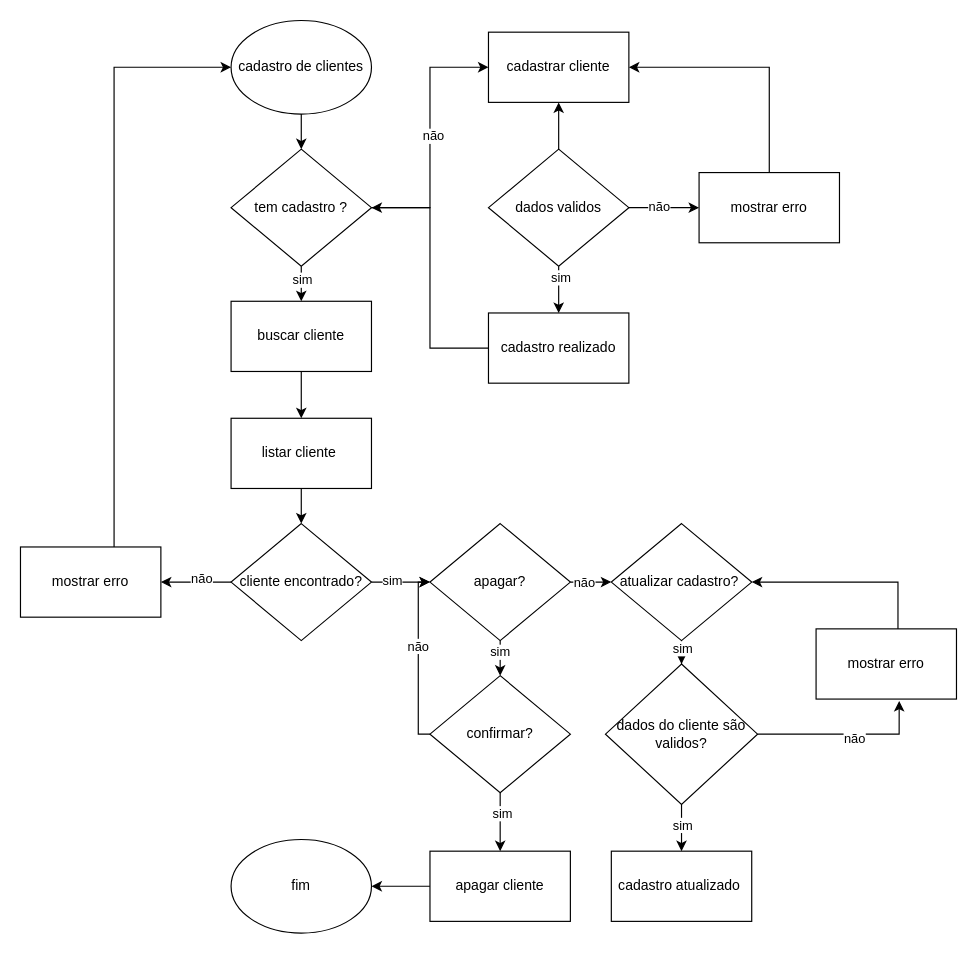
luisplathdm/fluxo keeps this draw.io diagram as page "Página-1" (1 of 6) of fluxosgramas.drawio. Above is the earlier version. Source tidied: cells renumbered, new cells numbered last; positions are measured from the earlier drawing's top-left corner, leaving out a move shared by most shapes. Both pictures are drawn from the tidied source at 117%, with x=0, y=0 at pixel (20, 20).
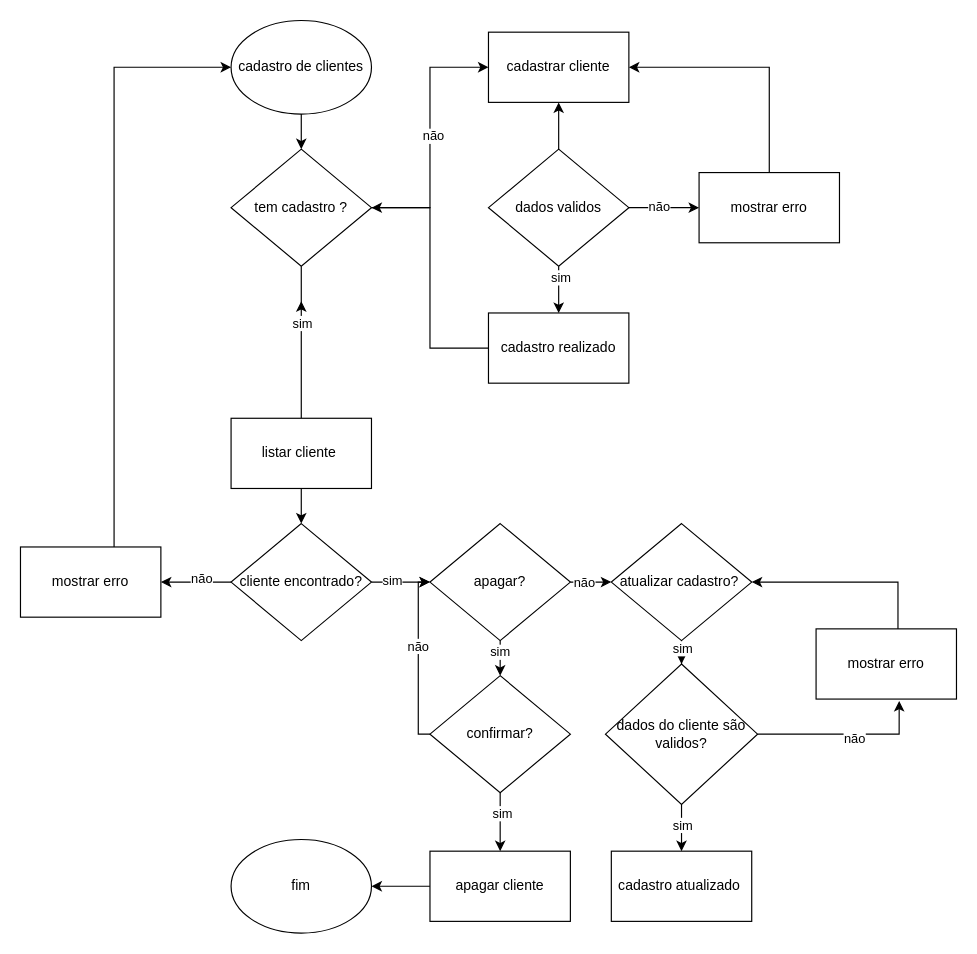
After the change.

Unchanged cells that the change refers to:
```xml
<mxCell id="8" value="tem cadastro ?" style="rhombus;whiteSpace=wrap;html=1;" parent="1" vertex="1">
  <mxGeometry x="180" y="110" width="120" height="100" as="geometry" />
</mxCell>
<mxCell id="13" value="listar cliente&amp;nbsp;" style="rounded=0;whiteSpace=wrap;html=1;" parent="1" vertex="1">
  <mxGeometry x="180" y="340" width="120" height="60" as="geometry" />
</mxCell>
```

Change to the diagram source:
```diff
@@
-    <mxCell id="4" style="edgeStyle=orthogonalEdgeStyle;rounded=0;jettySize=auto;html=1;entryX=0.5;entryY=0;entryDx=0;entryDy=0;" parent="1" edge="1" source="8" target="15">
-      <mxGeometry relative="1" as="geometry" />
+    <mxCell id="4" style="edgeStyle=orthogonalEdgeStyle;rounded=0;jettySize=auto;html=1;entryX=0.5;entryY=0;entryDx=0;entryDy=0;" parent="1" edge="1" source="8">
+      <mxGeometry relative="1" as="geometry">
+        <mxPoint x="240" y="240" as="targetPoint" />
+        <Array as="points">
+          <mxPoint x="240" y="340" />
+          <mxPoint x="240" y="340" />
+        </Array>
+      </mxGeometry>
     </mxCell>
@@
-    <mxCell id="14" style="edgeStyle=orthogonalEdgeStyle;rounded=0;jettySize=auto;html=1;entryX=0.5;entryY=0;entryDx=0;entryDy=0;" parent="1" edge="1" source="15" target="13">
-      <mxGeometry relative="1" as="geometry" />
-    </mxCell>
-    <mxCell id="15" value="buscar cliente" style="rounded=0;whiteSpace=wrap;html=1;" parent="1" vertex="1">
-      <mxGeometry x="180" y="240" width="120" height="60" as="geometry" />
-    </mxCell>
```
